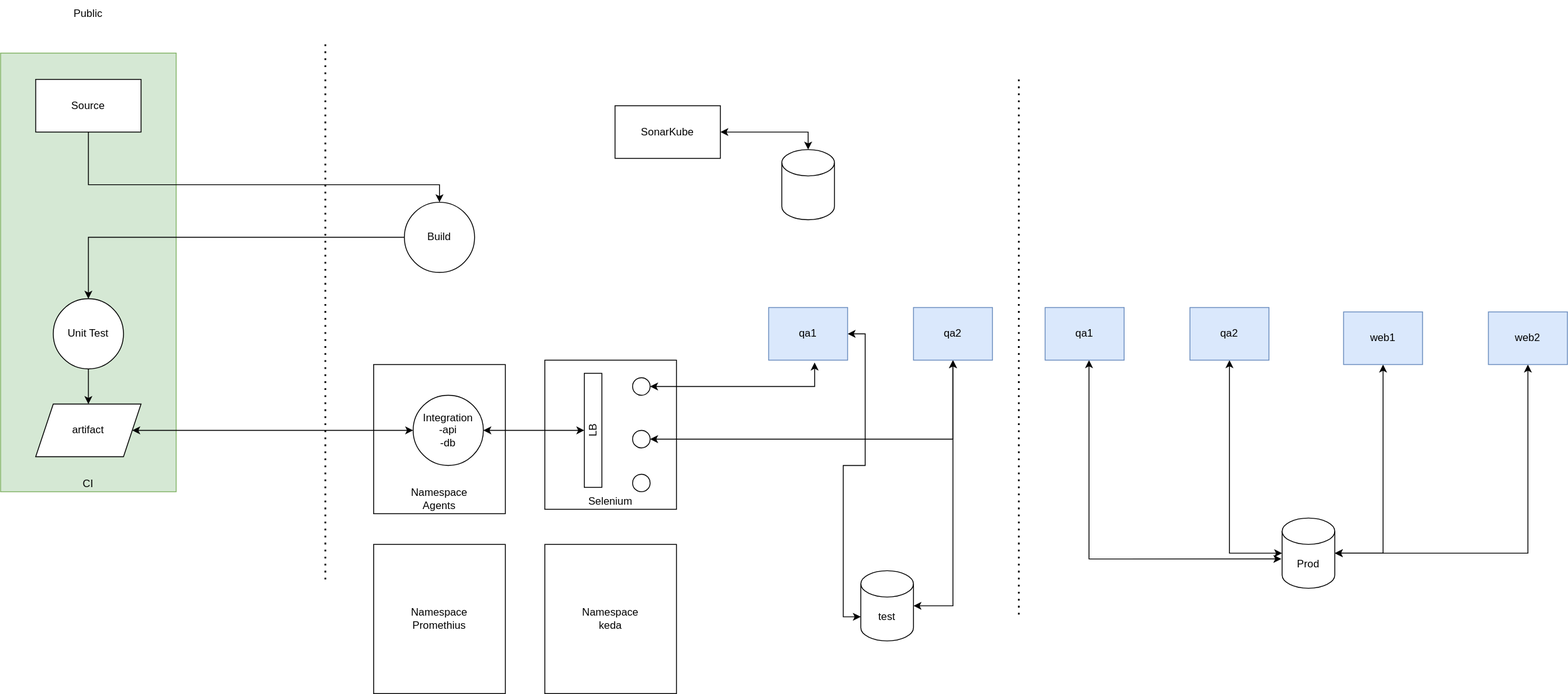
Above: infra/agentsinfrastructureunderstanding.svg in vjavle/invoicecloud (draw.io), before the change. Source tidied: cells renumbered, new cells last; positions are measured from the earlier drawing's top-left corner, leaving out a move shared by most shapes.
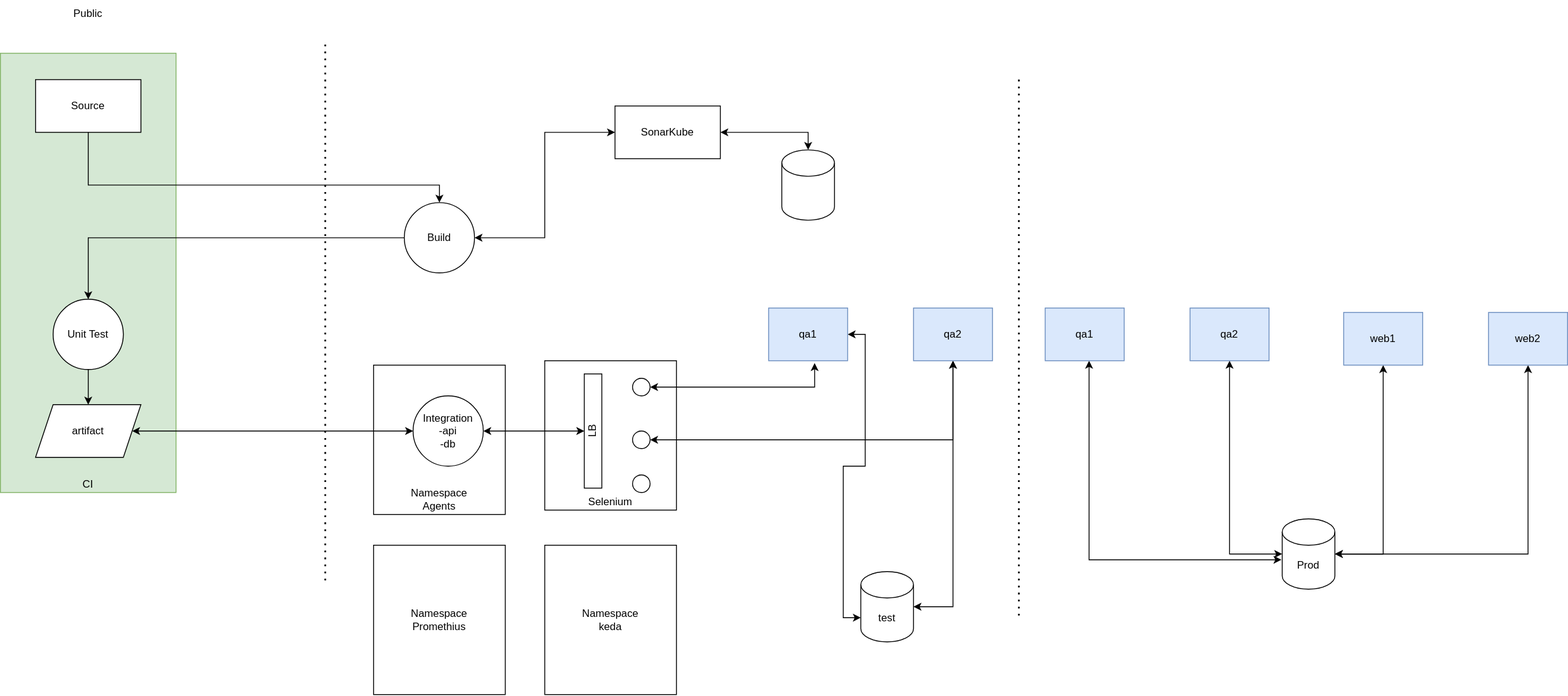
After the change.

The edit, as a diff of the source:
```diff
@@ -31,6 +31,9 @@
     <mxCell id="8" style="edgeStyle=orthogonalEdgeStyle;rounded=0;jettySize=auto;html=1;" parent="1" edge="1" source="9" target="16">
       <mxGeometry relative="1" as="geometry" />
     </mxCell>
+    <mxCell id="43" style="edgeStyle=orthogonalEdgeStyle;rounded=0;jettySize=auto;html=1;entryX=0;entryY=0.5;entryDx=0;entryDy=0;startArrow=classic;startFill=1;" parent="1" edge="1" source="9" target="20">
+      <mxGeometry relative="1" as="geometry" />
+    </mxCell>
     <mxCell id="9" value="Build" style="ellipse;whiteSpace=wrap;html=1;" parent="1" vertex="1">
       <mxGeometry x="460" y="230" width="80" height="80" as="geometry" />
     </mxCell>
```
